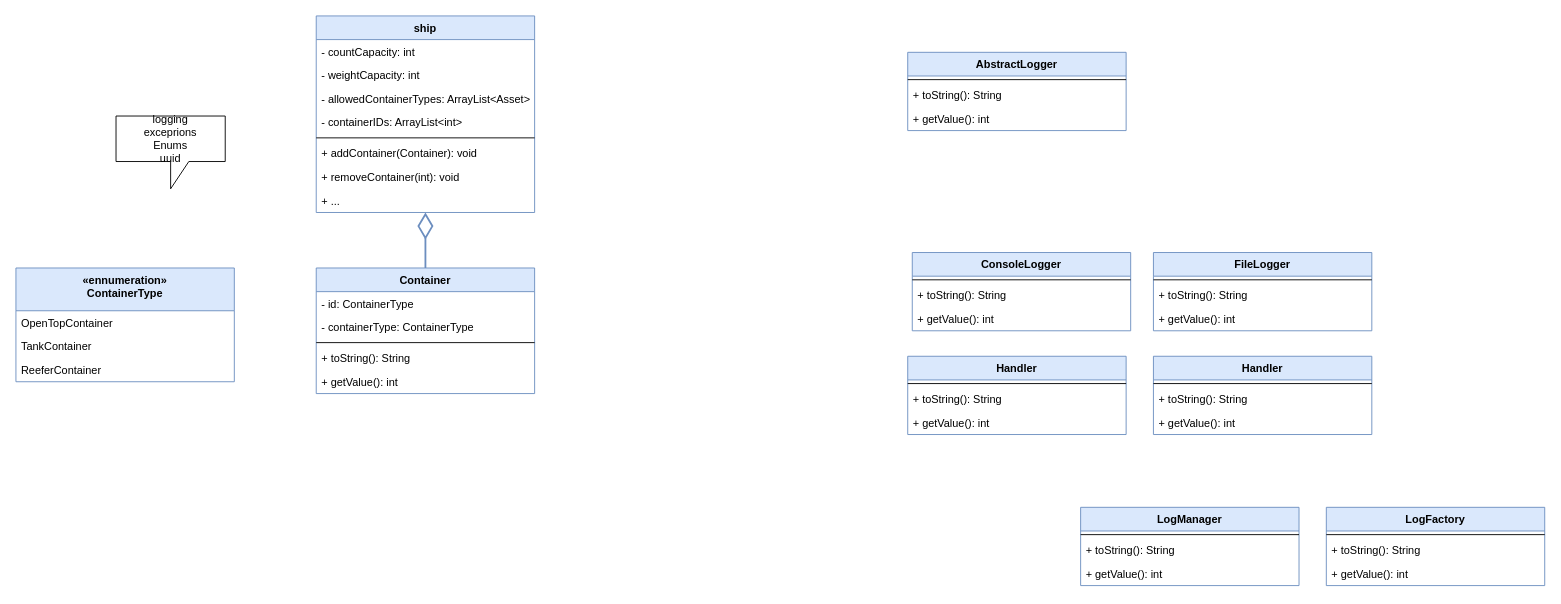
Earlier version of the draw.io diagram shipping_container_class_diagram.drawio (mykingdomforapawn/shipping-container). Source tidied: cells renumbered, new cells numbered last; positions are measured from the earlier drawing's top-left corner, leaving out a move shared by most shapes. Both pictures are drawn from the tidied source at 91%, with x=0, y=0 at pixel (15, 15).
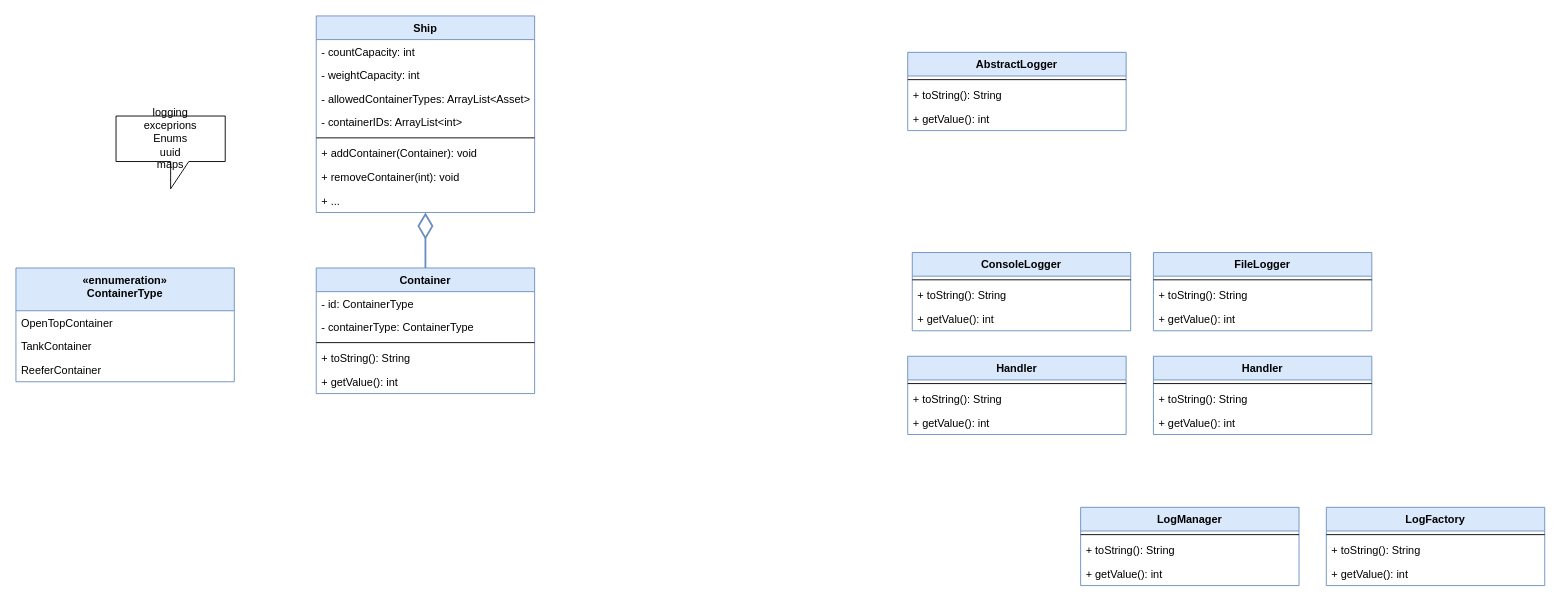
Above is the later version.

Commit message (it also covers changes not shown here):
Implemented lohhing test scenarios

What changed in the source:
```diff
@@
-    <mxCell id="2" value="ship" style="swimlane;fontStyle=1;align=center;verticalAlign=top;horizontal=1;startSize=26;fillColor=#dae8fc;strokeColor=#6c8ebf;" parent="1" vertex="1">
+    <mxCell id="2" value="Ship" style="swimlane;fontStyle=1;align=center;verticalAlign=top;horizontal=1;startSize=26;fillColor=#dae8fc;strokeColor=#6c8ebf;" parent="1" vertex="1">
       <mxGeometry x="330" width="240" height="216" as="geometry" />
     </mxCell>
@@
-    <mxCell id="18" value="logging&lt;br&gt;exceprions&lt;br&gt;Enums&lt;br&gt;uuid" style="shape=callout;whiteSpace=wrap;html=1;perimeter=calloutPerimeter;" parent="1" vertex="1">
+    <mxCell id="18" value="logging&lt;br&gt;exceprions&lt;br&gt;Enums&lt;br&gt;uuid&lt;br&gt;maps" style="shape=callout;whiteSpace=wrap;html=1;perimeter=calloutPerimeter;" parent="1" vertex="1">
       <mxGeometry x="110" y="110" width="120" height="80" as="geometry" />
     </mxCell>
```
